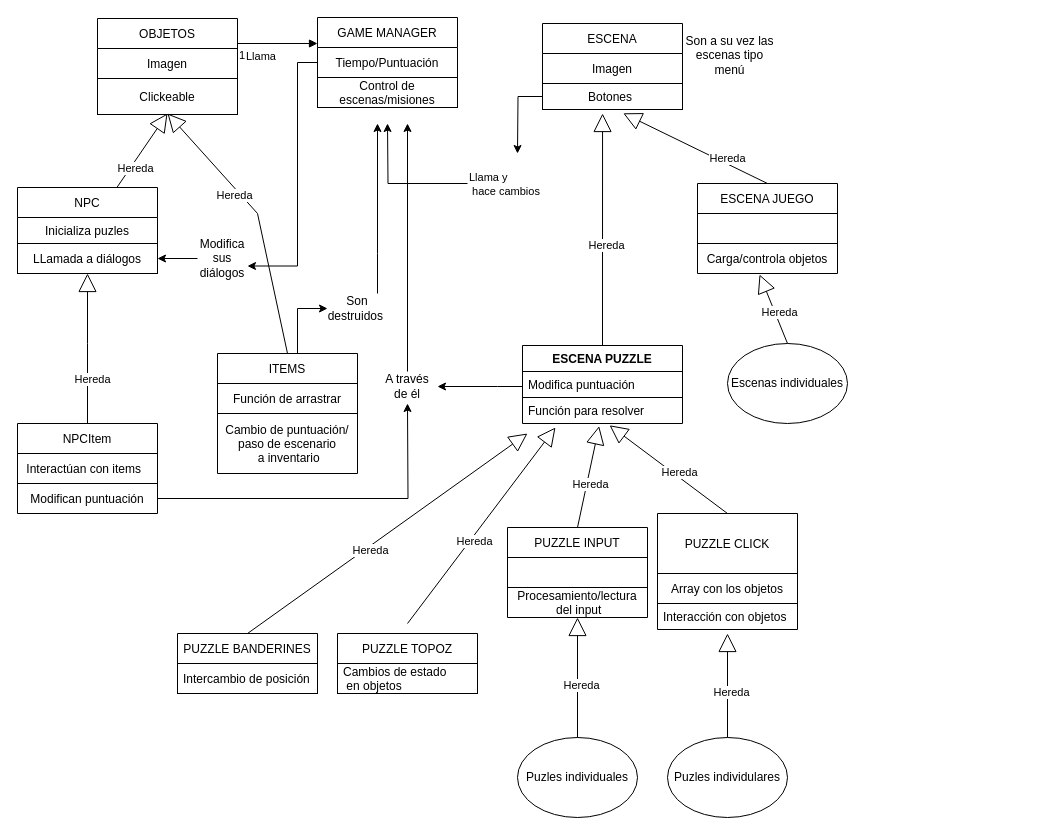
Before: assets/arte/The right man diagrama.drawio in elisatodd/Grupo-3-PVLI-2021-22, a draw.io diagram. Source tidied: cells renumbered, new cells numbered last; positions are measured from the earlier drawing's top-left corner, leaving out a move shared by most shapes. Both pictures are drawn from the tidied source at 100%, with x=0, y=0 at pixel (17, 17).
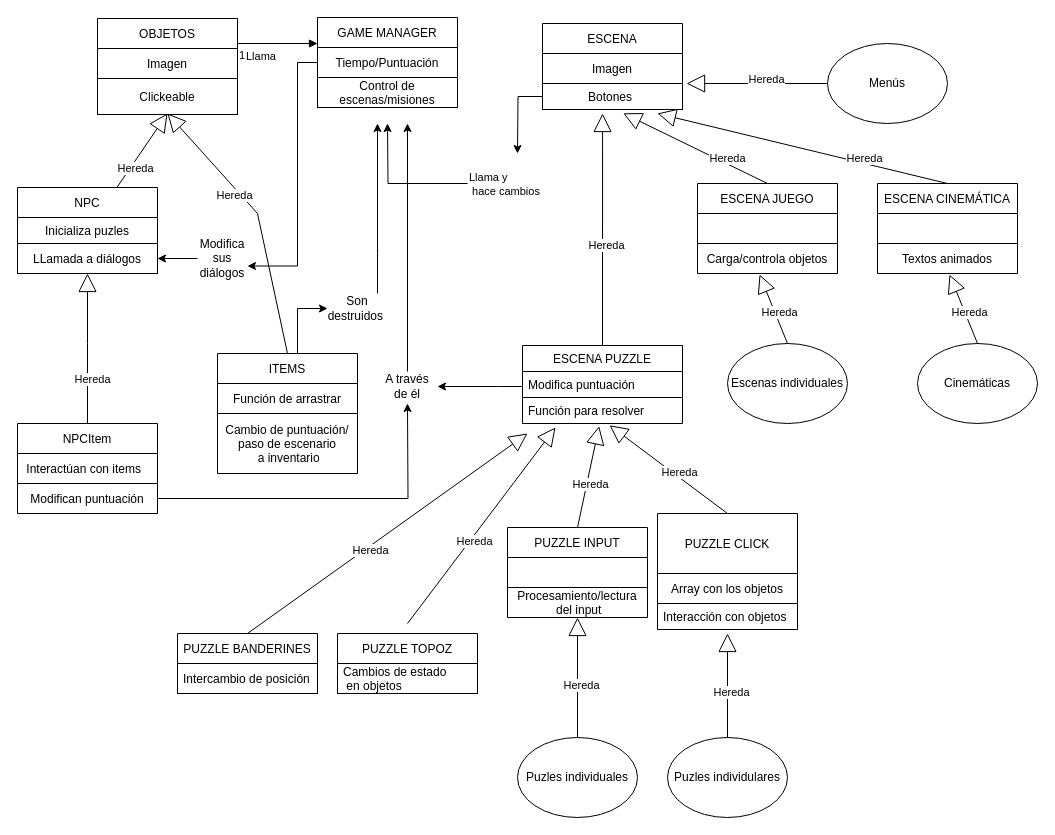
The same diagram, later.

Commit message (it also covers changes not shown here):
añadidos cambios uml

Unchanged cells that the change refers to:
```xml
<mxCell id="15" value="            Botones" style="text;strokeColor=default;fillColor=none;align=left;verticalAlign=top;spacingLeft=4;spacingRight=4;overflow=hidden;points=[[0,0.5],[1,0.5]];portConstraint=eastwest;" parent="13" vertex="1">
  <mxGeometry y="60" width="140" height="26" as="geometry" />
</mxCell>
```

Diff of the diagram source:
```diff
@@
-    <mxCell id="32" value="ESCENA PUZZLE" style="swimlane;fontStyle=1;align=center;verticalAlign=top;horizontal=1;startSize=26;strokeColor=default;fillColor=none;" parent="1" vertex="1">
+    <mxCell id="32" value="ESCENA PUZZLE" style="swimlane;fontStyle=0;align=center;verticalAlign=top;horizontal=1;startSize=26;strokeColor=default;fillColor=none;" parent="1" vertex="1">
       <mxGeometry x="505" y="328" width="160" height="78" as="geometry" />
     </mxCell>
@@
-    <mxCell id="52" value="Son a su vez las escenas tipo menú" style="text;html=1;strokeColor=none;fillColor=none;align=center;verticalAlign=middle;whiteSpace=wrap;rounded=0;" parent="1" vertex="1">
-      <mxGeometry x="665" y="5" width="95" height="66" as="geometry" />
-    </mxCell>
@@
+    <mxCell id="67" value="ESCENA CINEMÁTICA" style="swimlane;fontStyle=0;horizontal=1;startSize=30;" parent="1" vertex="1">
+      <mxGeometry x="860" y="166" width="140" height="90" as="geometry" />
+    </mxCell>
+    <mxCell id="68" value="  " style="text;strokeColor=default;fillColor=none;align=center;verticalAlign=middle;spacingLeft=4;spacingRight=4;overflow=hidden;" parent="67" vertex="1">
+      <mxGeometry y="30" width="140" height="30" as="geometry" />
+    </mxCell>
+    <mxCell id="69" value="Textos animados" style="text;strokeColor=none;fillColor=none;align=center;verticalAlign=middle;spacingLeft=4;spacingRight=4;overflow=hidden;" parent="67" vertex="1">
+      <mxGeometry y="60" width="140" height="30" as="geometry" />
+    </mxCell>
+    <mxCell id="70" value="Hereda" style="endArrow=block;endSize=16;endFill=0;html=1;rounded=0;exitX=0.5;exitY=0;exitDx=0;exitDy=0;" parent="1" edge="1" source="67">
+      <mxGeometry x="-0.42" y="-5" relative="1" as="geometry">
+        <mxPoint x="640" y="96" as="targetPoint" />
+      </mxGeometry>
+    </mxCell>
+    <mxCell id="71" value="Cinemáticas" style="ellipse;whiteSpace=wrap;html=1;align=center;" parent="1" vertex="1">
+      <mxGeometry x="900" y="326" width="120" height="80" as="geometry" />
+    </mxCell>
+    <mxCell id="72" value="Hereda" style="endArrow=block;endSize=16;endFill=0;html=1;rounded=0;entryX=0.443;entryY=1.033;entryDx=0;entryDy=0;entryPerimeter=0;exitX=0.5;exitY=0;exitDx=0;exitDy=0;" parent="1" edge="1" source="71">
+      <mxGeometry x="-0.14" y="-4" relative="1" as="geometry">
+        <mxPoint x="932" y="257" as="targetPoint" />
+      </mxGeometry>
+    </mxCell>
+    <mxCell id="73" value="Menús" style="ellipse;whiteSpace=wrap;html=1;align=center;" parent="1" vertex="1">
+      <mxGeometry x="810" y="26" width="120" height="80" as="geometry" />
+    </mxCell>
+    <mxCell id="74" value="Hereda" style="endArrow=block;endSize=16;endFill=0;html=1;rounded=0;entryX=1.029;entryY=0;entryDx=0;entryDy=0;entryPerimeter=0;exitX=0;exitY=0.5;exitDx=0;exitDy=0;" parent="1" edge="1" source="73" target="15">
+      <mxGeometry x="-0.14" y="-4" relative="1" as="geometry" />
+    </mxCell>
```
